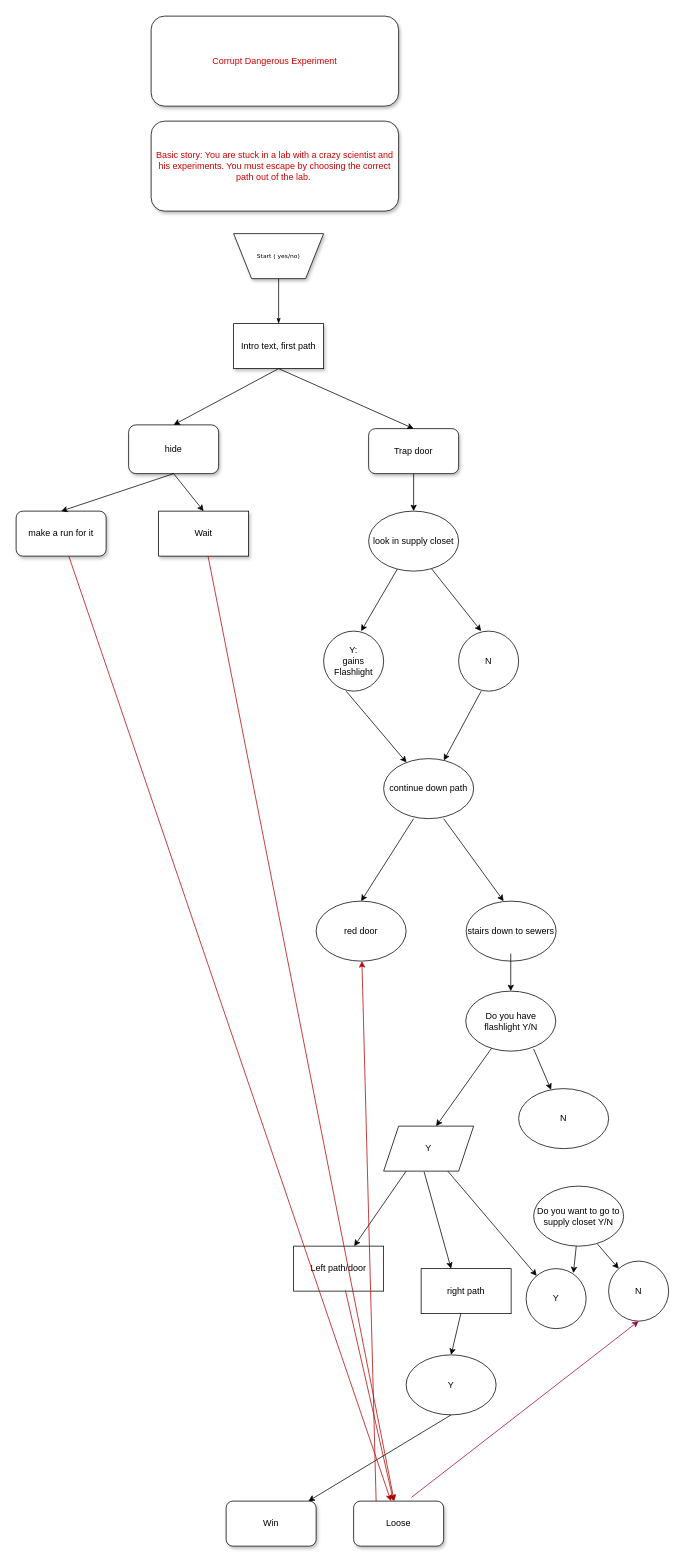
The draw.io diagram TextAdventure.drawio in andromedamoon-stack/diagrams, before the edit. Source tidied: cells renumbered, new cells numbered last; positions are measured from the earlier drawing's top-left corner, leaving out a move shared by most shapes. Both pictures are drawn from the tidied source at 75%, with x=0, y=0 at pixel (16, 16).
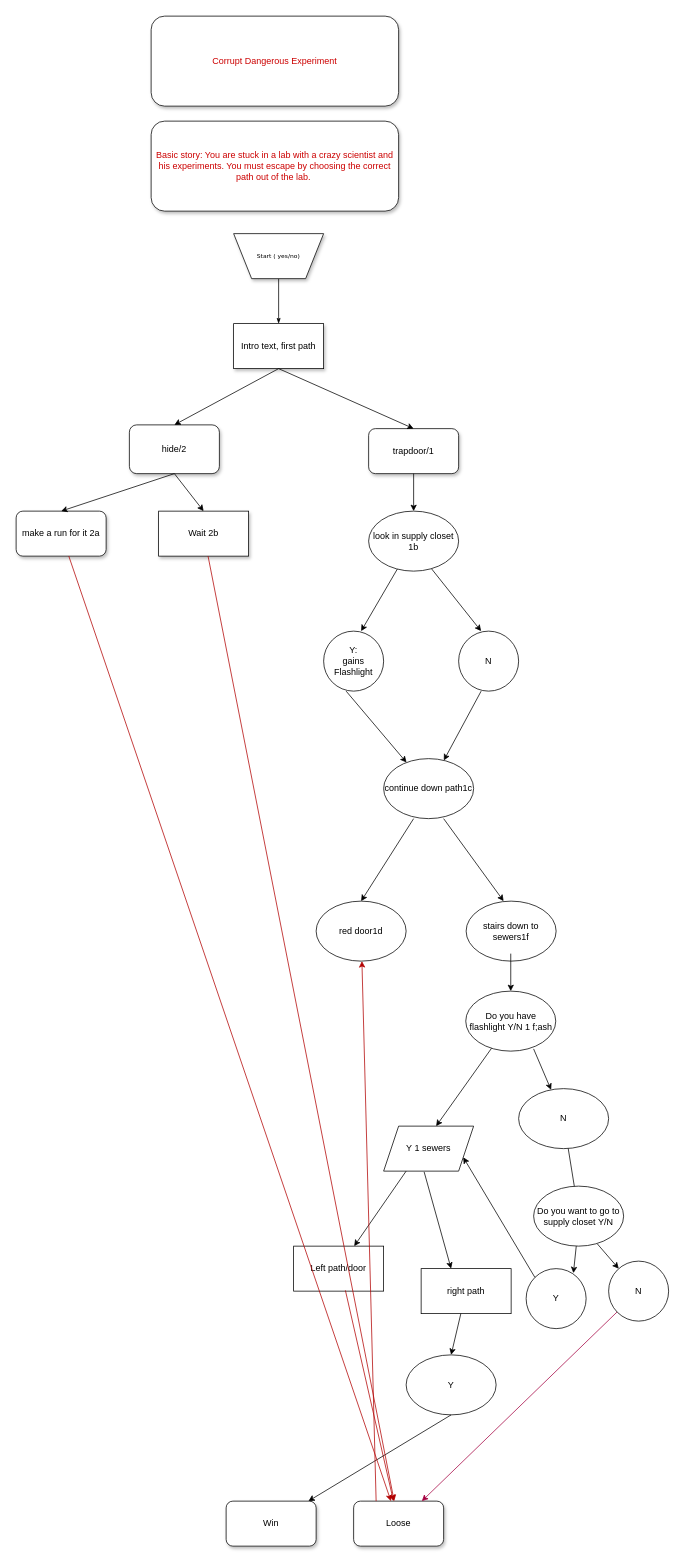
After the change.

The change refers to these unchanged cells:
```xml
<mxCell id="8" value="Loose" style="rounded=1;whiteSpace=wrap;html=1;shadow=1;" parent="1" vertex="1">
  <mxGeometry x="450" y="1980" width="120" height="60" as="geometry" />
</mxCell>
<mxCell id="29" value="N" style="ellipse;whiteSpace=wrap;html=1;" parent="1" vertex="1">
  <mxGeometry x="670" y="1430" width="120" height="80" as="geometry" />
</mxCell>
<mxCell id="40" value="Do you want to go to supply closet Y/N" style="ellipse;whiteSpace=wrap;html=1;" parent="1" vertex="1">
  <mxGeometry x="690" y="1560" width="120" height="80" as="geometry" />
</mxCell>
<mxCell id="41" value="Y" style="ellipse;whiteSpace=wrap;html=1;" parent="1" vertex="1">
  <mxGeometry x="680" y="1670" width="80" height="80" as="geometry" />
</mxCell>
<mxCell id="43" value="N" style="ellipse;whiteSpace=wrap;html=1;" parent="1" vertex="1">
  <mxGeometry x="790" y="1660" width="80" height="80" as="geometry" />
</mxCell>
```

Diff of the diagram source:
```diff
@@
-    <mxCell id="6" value="Trap door" style="rounded=1;whiteSpace=wrap;html=1;shadow=1;" parent="1" vertex="1">
+    <mxCell id="6" value="trapdoor/1" style="rounded=1;whiteSpace=wrap;html=1;shadow=1;" parent="1" vertex="1">
       <mxGeometry x="470" y="550" width="120" height="60" as="geometry" />
     </mxCell>
-    <mxCell id="7" value="hide" style="rounded=1;whiteSpace=wrap;html=1;shadow=1;" parent="1" vertex="1">
-      <mxGeometry x="150" y="545" width="120" height="65" as="geometry" />
+    <mxCell id="7" value="hide/2" style="rounded=1;whiteSpace=wrap;html=1;shadow=1;" parent="1" vertex="1">
+      <mxGeometry x="151" y="545" width="120" height="65" as="geometry" />
     </mxCell>
@@
-    <mxCell id="13" value="look in supply closet" style="ellipse;whiteSpace=wrap;html=1;" parent="1" vertex="1">
+    <mxCell id="13" value="look in supply closet 1b" style="ellipse;whiteSpace=wrap;html=1;" parent="1" vertex="1">
       <mxGeometry x="470" y="660" width="120" height="80" as="geometry" />
     </mxCell>
@@
-    <mxCell id="20" value="continue down path" style="ellipse;whiteSpace=wrap;html=1;" parent="1" vertex="1">
+    <mxCell id="20" value="continue down path1c" style="ellipse;whiteSpace=wrap;html=1;" parent="1" vertex="1">
       <mxGeometry x="490" y="990" width="120" height="80" as="geometry" />
     </mxCell>
@@
-    <mxCell id="23" value="red door" style="ellipse;whiteSpace=wrap;html=1;" parent="1" vertex="1">
+    <mxCell id="23" value="red door1d" style="ellipse;whiteSpace=wrap;html=1;" parent="1" vertex="1">
       <mxGeometry x="400" y="1180" width="120" height="80" as="geometry" />
     </mxCell>
-    <mxCell id="24" value="stairs down to sewers" style="ellipse;whiteSpace=wrap;html=1;" parent="1" vertex="1">
+    <mxCell id="24" value="stairs down to sewers1f" style="ellipse;whiteSpace=wrap;html=1;" parent="1" vertex="1">
       <mxGeometry x="600" y="1180" width="120" height="80" as="geometry" />
     </mxCell>
@@
-    <mxCell id="26" value="Do you have flashlight Y/N" style="ellipse;whiteSpace=wrap;html=1;" parent="1" vertex="1">
+    <mxCell id="26" value="Do you have flashlight Y/N 1 f;ash" style="ellipse;whiteSpace=wrap;html=1;" parent="1" vertex="1">
       <mxGeometry x="599.5" y="1300" width="120" height="80" as="geometry" />
     </mxCell>
@@
-    <mxCell id="30" value="Y" style="shape=parallelogram;perimeter=parallelogramPerimeter;whiteSpace=wrap;html=1;fixedSize=1;" parent="1" vertex="1">
+    <mxCell id="30" value="Y 1 sewers" style="shape=parallelogram;perimeter=parallelogramPerimeter;whiteSpace=wrap;html=1;fixedSize=1;" parent="1" vertex="1">
       <mxGeometry x="490" y="1480" width="120" height="60" as="geometry" />
     </mxCell>
@@
-    <mxCell id="44" style="endArrow=classic;html=1;rounded=0;" parent="1" edge="1" source="30" target="41">
+    <mxCell id="44" style="endArrow=classic;html=1;rounded=0;entryX=1;entryY=0.75;entryDx=0;entryDy=0;exitX=0;exitY=0;exitDx=0;exitDy=0;" parent="1" edge="1" source="41" target="30">
       <mxGeometry relative="1" as="geometry" />
     </mxCell>
@@
-    <mxCell id="46" style="endArrow=classic;html=1;rounded=0;entryX=0.5;entryY=1;entryDx=0;entryDy=0;exitX=0.642;exitY=-0.083;exitDx=0;exitDy=0;exitPerimeter=0;fillColor=#d80073;strokeColor=#A50040;" parent="1" edge="1" source="8" target="43">
+    <mxCell id="46" style="endArrow=classic;html=1;rounded=0;fillColor=#d80073;strokeColor=#A50040;" parent="1" edge="1" source="43" target="8">
       <mxGeometry relative="1" as="geometry" />
     </mxCell>
@@
-    <mxCell id="48" value="Wait" style="rounded=0;whiteSpace=wrap;html=1;shadow=1;" parent="1" vertex="1">
+    <mxCell id="48" value="Wait 2b" style="rounded=0;whiteSpace=wrap;html=1;shadow=1;" parent="1" vertex="1">
       <mxGeometry x="190" y="660" width="120" height="60" as="geometry" />
     </mxCell>
-    <mxCell id="49" value="make a run for it" style="rounded=1;whiteSpace=wrap;html=1;shadow=1;" parent="1" vertex="1">
+    <mxCell id="49" value="make a run for it 2a" style="rounded=1;whiteSpace=wrap;html=1;shadow=1;" parent="1" vertex="1">
       <mxGeometry y="660" width="120" height="60" as="geometry" />
     </mxCell>
@@
+    <mxCell id="54" style="endArrow=none;html=1;rounded=0;" parent="1" edge="1" source="40" target="29">
+      <mxGeometry relative="1" as="geometry" />
+    </mxCell>
```
